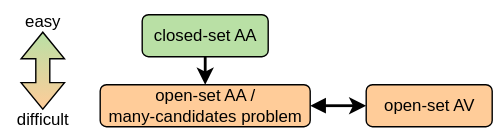
KlaraGtknst/master-thesis keeps this draw.io diagram as images/imposter/problem_hierarchy_complexity.svg. Above is the earlier version. Source tidied: cells renumbered, new cells last; positions are measured from the earlier drawing's top-left corner, leaving out a move shared by most shapes.
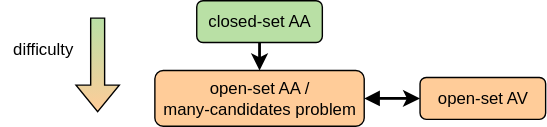
The same file after the commit.

Commit message:
fix: Correct problem hierarchy image

What changed in the source:
```diff
@@ -9,25 +9,22 @@
       <mxGeometry relative="1" as="geometry" />
     </mxCell>
     <mxCell id="4" value="open-set AA /&lt;br&gt;many-candidates problem" style="rounded=1;whiteSpace=wrap;html=1;fillColor=#FFCC99;" parent="1" vertex="1">
-      <mxGeometry x="71" y="60" width="150" height="30" as="geometry" />
+      <mxGeometry x="71" y="60" width="150" height="40" as="geometry" />
     </mxCell>
     <mxCell id="5" value="open-set AV" style="rounded=1;whiteSpace=wrap;html=1;fillColor=#FFCC99;" parent="1" vertex="1">
-      <mxGeometry x="261" y="60" width="90" height="30" as="geometry" />
+      <mxGeometry x="261" y="65" width="90" height="30" as="geometry" />
     </mxCell>
     <mxCell id="6" style="edgeStyle=orthogonalEdgeStyle;rounded=0;jettySize=auto;html=1;exitX=0.5;exitY=1;exitDx=0;exitDy=0;entryX=0.5;entryY=0;entryDx=0;entryDy=0;fillColor=#1F1F1F;strokeWidth=2;startSize=4;" parent="1" edge="1" source="2" target="4">
       <mxGeometry relative="1" as="geometry" />
     </mxCell>
-    <mxCell id="7" value="easy" style="text;html=1;align=center;verticalAlign=middle;whiteSpace=wrap;rounded=0;" parent="1" vertex="1">
-      <mxGeometry width="60" height="30" as="geometry" />
-    </mxCell>
-    <mxCell id="8" style="edgeStyle=orthogonalEdgeStyle;rounded=0;orthogonalLoop=1;jettySize=auto;html=1;shape=flexArrow;startArrow=block;fillColor=#B9E0A5;strokeColor=default;fillStyle=auto;gradientColor=#FFCC99;" parent="1" edge="1">
+    <mxCell id="8" style="edgeStyle=orthogonalEdgeStyle;rounded=0;orthogonalLoop=1;jettySize=auto;html=1;shape=flexArrow;startArrow=block;fillColor=#B9E0A5;strokeColor=default;fillStyle=auto;gradientColor=#FFCC99;startFill=0;endArrow=none;endFill=0;" parent="1" edge="1">
       <mxGeometry relative="1" as="geometry">
-        <mxPoint x="30" y="78" as="sourcePoint" />
+        <mxPoint x="30" y="90" as="sourcePoint" />
         <mxPoint x="30" y="22" as="targetPoint" />
       </mxGeometry>
     </mxCell>
-    <mxCell id="9" value="difficult" style="text;html=1;align=center;verticalAlign=middle;whiteSpace=wrap;rounded=0;" parent="1" vertex="1">
-      <mxGeometry y="70" width="60" height="30" as="geometry" />
+    <mxCell id="9" value="difficulty" style="text;html=1;align=center;verticalAlign=middle;whiteSpace=wrap;rounded=0;rotation=0;" parent="1" vertex="1">
+      <mxGeometry x="-39" y="30" width="60" height="30" as="geometry" />
     </mxCell>
   </root>
 </mxGraphModel>
```
